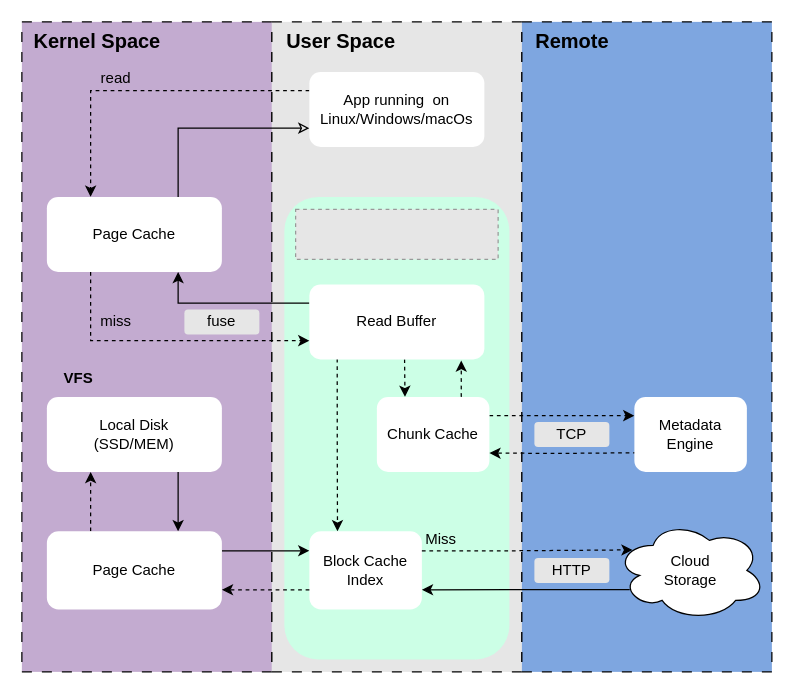
The draw.io diagram page "ioflow" (2 of 2) of juicefs/juicefs.drawio in EarthWind/deeparch, before the edit. Source tidied: cells renumbered, new cells numbered last; positions are measured from the earlier drawing's top-left corner, leaving out a move shared by most shapes. Both pictures are drawn from the tidied source at 125%, with x=0, y=0 at pixel (21, 21). Pictures stored in the file or linked from it are replaced by grey dashed boxes.
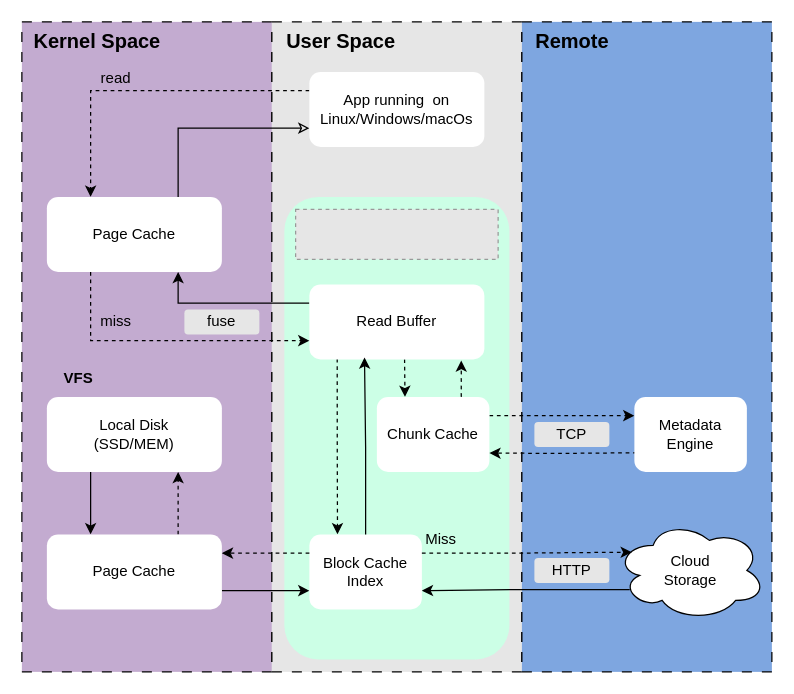
The same diagram, later.

Commit message (it also covers changes not shown here):
juicefs: add ioflow image.

Unchanged cells that the change refers to:
```xml
<mxCell id="18" value="Read Buffer" style="rounded=1;whiteSpace=wrap;html=1;strokeColor=none;fillColor=#FFFFFF;" parent="1" vertex="1">
  <mxGeometry x="230" y="210" width="140" height="60" as="geometry" />
</mxCell>
<mxCell id="23" value="Local Disk&lt;div&gt;(SSD/MEM)&lt;/div&gt;" style="rounded=1;whiteSpace=wrap;html=1;strokeColor=none;fillColor=#FFFFFF;" parent="1" vertex="1">
  <mxGeometry x="20" y="300" width="140" height="60" as="geometry" />
</mxCell>
<mxCell id="36" value="Cloud&lt;div&gt;Storage&lt;/div&gt;" style="ellipse;shape=cloud;whiteSpace=wrap;html=1;" parent="1" vertex="1">
  <mxGeometry x="475" y="398.8" width="120" height="80" as="geometry" />
</mxCell>
```

Change to the diagram source:
```diff
@@
-    <mxCell id="22" style="edgeStyle=orthogonalEdgeStyle;rounded=0;jettySize=auto;html=1;entryX=0.75;entryY=0;entryDx=0;entryDy=0;exitX=0.75;exitY=1;exitDx=0;exitDy=0;" parent="1" edge="1" source="23" target="27">
+    <mxCell id="22" style="edgeStyle=orthogonalEdgeStyle;rounded=0;jettySize=auto;html=1;entryX=0.25;entryY=0;entryDx=0;entryDy=0;exitX=0.25;exitY=1;exitDx=0;exitDy=0;" parent="1" edge="1" source="23" target="27">
       <mxGeometry relative="1" as="geometry" />
     </mxCell>
@@
-    <mxCell id="25" style="edgeStyle=orthogonalEdgeStyle;rounded=0;jettySize=auto;html=1;entryX=0.25;entryY=1;entryDx=0;entryDy=0;exitX=0.25;exitY=0;exitDx=0;exitDy=0;dashed=1;" parent="1" edge="1" source="27" target="23">
+    <mxCell id="25" style="edgeStyle=orthogonalEdgeStyle;rounded=0;jettySize=auto;html=1;entryX=0.75;entryY=1;entryDx=0;entryDy=0;exitX=0.75;exitY=0;exitDx=0;exitDy=0;dashed=1;" parent="1" edge="1" source="27" target="23">
       <mxGeometry relative="1" as="geometry" />
     </mxCell>
-    <mxCell id="26" style="edgeStyle=orthogonalEdgeStyle;rounded=0;jettySize=auto;html=1;entryX=0;entryY=0.25;entryDx=0;entryDy=0;exitX=1;exitY=0.25;exitDx=0;exitDy=0;" parent="1" edge="1" source="27" target="28">
+    <mxCell id="26" style="edgeStyle=orthogonalEdgeStyle;rounded=0;jettySize=auto;html=1;entryX=0;entryY=0.75;entryDx=0;entryDy=0;exitX=1;exitY=0.75;exitDx=0;exitDy=0;" parent="1" edge="1" source="27" target="28">
       <mxGeometry relative="1" as="geometry" />
     </mxCell>
     <mxCell id="27" value="Page Cache" style="rounded=1;whiteSpace=wrap;html=1;strokeColor=none;fillColor=#FFFFFF;" parent="1" vertex="1">
-      <mxGeometry x="20" y="407.5" width="140" height="62.5" as="geometry" />
+      <mxGeometry x="20" y="410" width="140" height="60" as="geometry" />
     </mxCell>
     <mxCell id="28" value="Block Cache&lt;div&gt;Index&lt;/div&gt;" style="rounded=1;whiteSpace=wrap;html=1;strokeColor=none;fillColor=#FFFFFF;" parent="1" vertex="1">
-      <mxGeometry x="230" y="407.5" width="90" height="62.5" as="geometry" />
+      <mxGeometry x="230" y="410" width="90" height="60" as="geometry" />
     </mxCell>
@@
-    <mxCell id="33" style="edgeStyle=orthogonalEdgeStyle;rounded=0;jettySize=auto;html=1;exitX=0;exitY=0.75;exitDx=0;exitDy=0;entryX=1;entryY=0.75;entryDx=0;entryDy=0;dashed=1;" parent="1" edge="1" source="28" target="27">
+    <mxCell id="33" style="edgeStyle=orthogonalEdgeStyle;rounded=0;jettySize=auto;html=1;exitX=0;exitY=0.25;exitDx=0;exitDy=0;entryX=1;entryY=0.25;entryDx=0;entryDy=0;dashed=1;" parent="1" edge="1" source="28" target="27">
       <mxGeometry relative="1" as="geometry" />
     </mxCell>
@@
-    <mxCell id="37" style="edgeStyle=orthogonalEdgeStyle;rounded=0;jettySize=auto;html=1;entryX=0.113;entryY=0.295;entryDx=0;entryDy=0;entryPerimeter=0;exitX=1;exitY=0.25;exitDx=0;exitDy=0;dashed=1;" parent="1" edge="1" source="28" target="36">
+    <mxCell id="37" style="edgeStyle=orthogonalEdgeStyle;rounded=0;jettySize=auto;html=1;entryX=0.108;entryY=0.318;entryDx=0;entryDy=0;entryPerimeter=0;exitX=1;exitY=0.25;exitDx=0;exitDy=0;dashed=1;" parent="1" edge="1" source="28" target="36">
       <mxGeometry relative="1" as="geometry" />
     </mxCell>
@@
+    <mxCell id="41" style="edgeStyle=orthogonalEdgeStyle;rounded=0;jettySize=auto;html=1;entryX=0.315;entryY=0.974;entryDx=0;entryDy=0;entryPerimeter=0;" parent="1" edge="1" source="28" target="18">
+      <mxGeometry relative="1" as="geometry" />
+    </mxCell>
```
